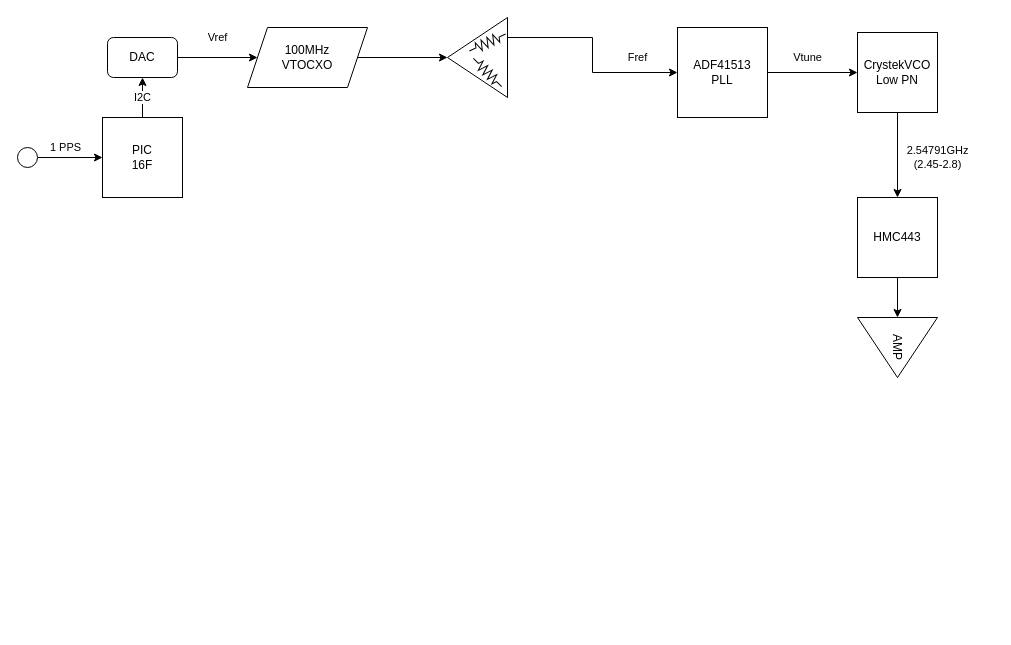
Above: Untitled Diagram.drawio in g8kmh/122G (draw.io), before the change. Source tidied: cells renumbered, new cells numbered last; positions are measured from the earlier drawing's top-left corner, leaving out a move shared by most shapes. Both pictures are drawn from the tidied source at 100%, with x=0, y=0 at pixel (17, 17).
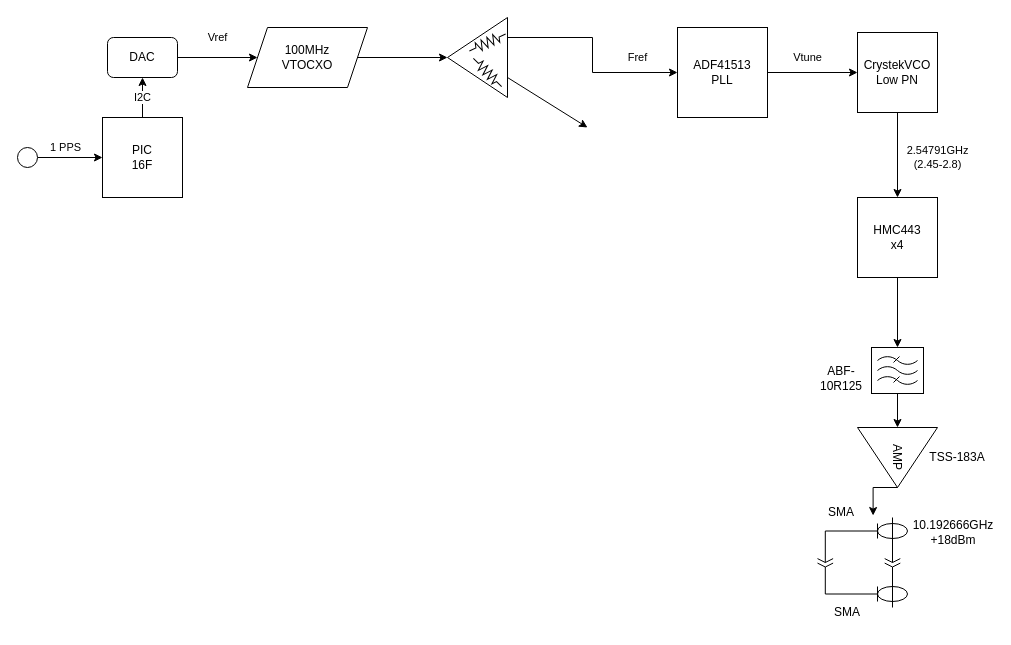
The same page after the edit.

The change refers to these unchanged cells:
```xml
<mxCell id="13" style="triangle;whiteSpace=wrap;html=1;rotation=-180;" parent="1" vertex="1">
  <mxGeometry x="430" width="60" height="80" as="geometry" />
</mxCell>
```

The edit, as a diff of the source:
```diff
@@
-    <mxCell id="18" style="edgeStyle=orthogonalEdgeStyle;rounded=0;jettySize=auto;html=1;" parent="1" edge="1" source="19" target="20">
-      <mxGeometry relative="1" as="geometry" />
-    </mxCell>
+    <mxCell id="21" style="edgeStyle=orthogonalEdgeStyle;rounded=0;jettySize=auto;html=1;" parent="1" edge="1" source="19" target="28">
+      <mxGeometry relative="1" as="geometry" />
+    </mxCell>
-    <mxCell id="19" value="HMC443" style="whiteSpace=wrap;html=1;" parent="1" vertex="1">
+    <mxCell id="19" value="HMC443&lt;br&gt;x4" style="whiteSpace=wrap;html=1;" parent="1" vertex="1">
       <mxGeometry x="840" y="180" width="80" height="80" as="geometry" />
     </mxCell>
     <mxCell id="20" value="AMP" style="triangle;whiteSpace=wrap;html=1;rotation=90;" parent="1" vertex="1">
-      <mxGeometry x="850" y="290" width="60" height="80" as="geometry" />
+      <mxGeometry x="850" y="400" width="60" height="80" as="geometry" />
     </mxCell>
+    <mxCell id="22" style="endArrow=classic;html=1;rounded=0;exitX=0;exitY=0.25;exitDx=0;exitDy=0;" parent="1" edge="1" source="13">
+      <mxGeometry relative="1" as="geometry">
+        <mxPoint x="570" y="110" as="targetPoint" />
+      </mxGeometry>
+    </mxCell>
+    <mxCell id="23" value="TSS-183A" style="text;strokeColor=none;align=center;fillColor=none;html=1;verticalAlign=middle;whiteSpace=wrap;rounded=0;" parent="1" vertex="1">
+      <mxGeometry x="910" y="425" width="60" height="30" as="geometry" />
+    </mxCell>
+    <mxCell id="24" style="verticalLabelPosition=bottom;shadow=0;dashed=0;align=center;html=1;verticalAlign=top;shape=mxgraph.electrical.miscellaneous.coaxial_outside_conductor;rotation=90;" parent="1" vertex="1">
+      <mxGeometry x="800" y="500" width="90" height="90" as="geometry" />
+    </mxCell>
+    <mxCell id="25" style="edgeStyle=orthogonalEdgeStyle;rounded=0;jettySize=auto;html=1;exitX=1;exitY=0.5;exitDx=0;exitDy=0;entryX=-0.022;entryY=0.382;entryDx=0;entryDy=0;entryPerimeter=0;" parent="1" edge="1" source="20" target="24">
+      <mxGeometry relative="1" as="geometry" />
+    </mxCell>
+    <mxCell id="26" value="10.192666GHz&lt;br&gt;+18dBm" style="text;strokeColor=none;align=center;fillColor=none;html=1;verticalAlign=middle;whiteSpace=wrap;rounded=0;" parent="1" vertex="1">
+      <mxGeometry x="906" y="500" width="60" height="30" as="geometry" />
+    </mxCell>
+    <mxCell id="27" style="edgeStyle=orthogonalEdgeStyle;rounded=0;jettySize=auto;html=1;exitX=0.5;exitY=1;exitDx=0;exitDy=0;exitPerimeter=0;entryX=0;entryY=0.5;entryDx=0;entryDy=0;" parent="1" edge="1" source="28" target="20">
+      <mxGeometry relative="1" as="geometry" />
+    </mxCell>
+    <mxCell id="28" style="verticalLabelPosition=bottom;shadow=0;dashed=0;align=center;html=1;verticalAlign=top;shape=mxgraph.electrical.abstract.filter;" parent="1" vertex="1">
+      <mxGeometry x="854" y="330" width="52" height="46" as="geometry" />
+    </mxCell>
+    <mxCell id="29" value="ABF-10R125" style="text;strokeColor=none;align=center;fillColor=none;html=1;verticalAlign=middle;whiteSpace=wrap;rounded=0;" parent="1" vertex="1">
+      <mxGeometry x="794" y="346" width="60" height="30" as="geometry" />
+    </mxCell>
+    <mxCell id="30" value="SMA" style="text;strokeColor=none;align=center;fillColor=none;html=1;verticalAlign=middle;whiteSpace=wrap;rounded=0;" parent="1" vertex="1">
+      <mxGeometry x="794" y="480" width="60" height="30" as="geometry" />
+    </mxCell>
+    <mxCell id="31" value="SMA" style="text;strokeColor=none;align=center;fillColor=none;html=1;verticalAlign=middle;whiteSpace=wrap;rounded=0;" parent="1" vertex="1">
+      <mxGeometry x="800" y="580" width="60" height="30" as="geometry" />
+    </mxCell>
```
